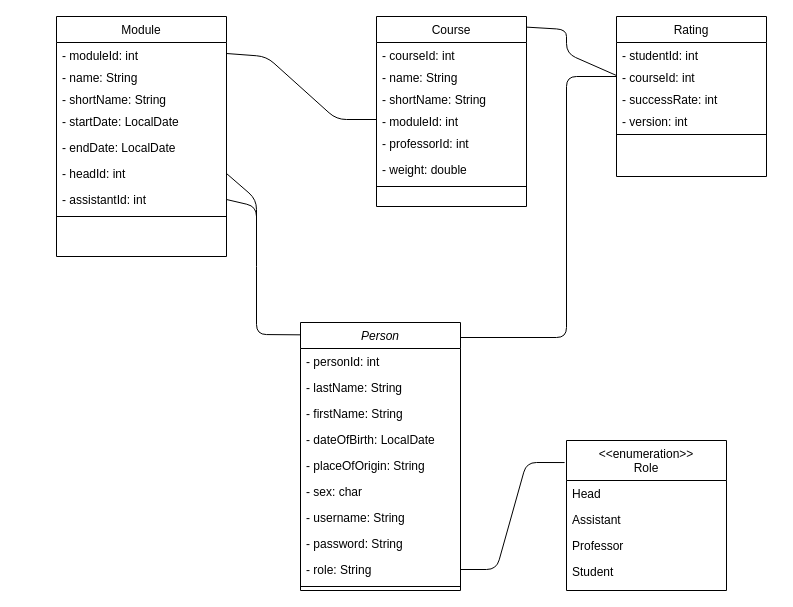
Above: page "Business" (1 of 3) of docs/Class.drawio in igorstojanovic91/bfh_equals (draw.io), before the change. Source tidied: cells renumbered, new cells numbered last; positions are measured from the earlier drawing's top-left corner, leaving out a move shared by most shapes. Both pictures are drawn from the tidied source at 100%, with x=0, y=0 at pixel (56, 16).
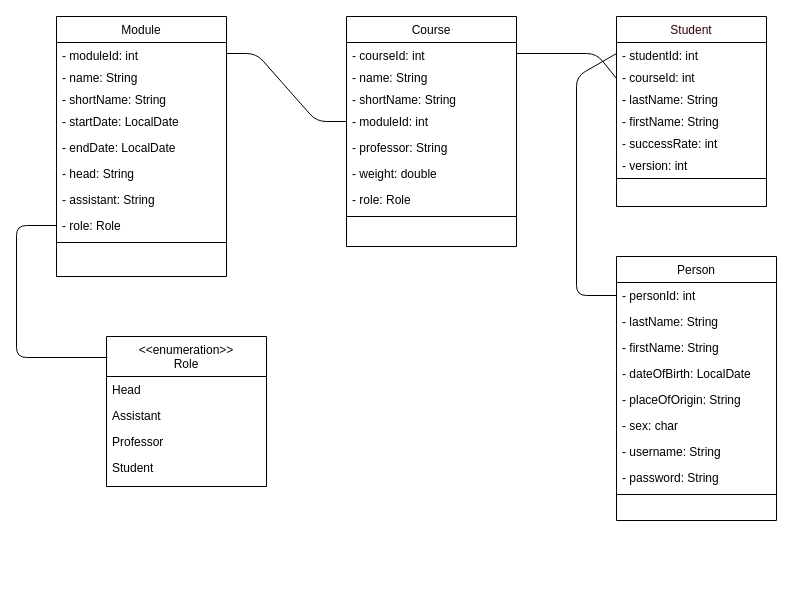
Above is the later version.

The change refers to these unchanged cells:
```xml
<mxCell id="3" value="- personId: int" style="text;align=left;verticalAlign=top;spacingLeft=4;spacingRight=4;overflow=hidden;points=[[0,0.5],[1,0.5]];portConstraint=eastwest;" parent="2" vertex="1">
  <mxGeometry y="26" width="160" height="26" as="geometry" />
</mxCell>
<mxCell id="14" value="- moduleId: int " style="text;align=left;verticalAlign=top;spacingLeft=4;spacingRight=4;overflow=hidden;points=[[0,0.5],[1,0.5]];portConstraint=eastwest;" parent="13" vertex="1">
  <mxGeometry y="26" width="170" height="22" as="geometry" />
</mxCell>
```

What changed in the source:
```diff
@@
-    <mxCell id="2" value="Person" style="swimlane;fontStyle=2;align=center;verticalAlign=top;horizontal=1;startSize=26;rounded=0;shadow=0;strokeWidth=1;" parent="1" vertex="1">
-      <mxGeometry x="244" y="306" width="160" height="268" as="geometry" />
+    <mxCell id="2" value="Person" style="swimlane;fontStyle=0;align=center;verticalAlign=top;horizontal=1;startSize=26;rounded=0;shadow=0;strokeWidth=1;" parent="1" vertex="1">
+      <mxGeometry x="560" y="240" width="160" height="264" as="geometry" />
     </mxCell>
@@
-    <mxCell id="11" value="- role: String" style="text;align=left;verticalAlign=top;spacingLeft=4;spacingRight=4;overflow=hidden;points=[[0,0.5],[1,0.5]];portConstraint=eastwest;rounded=0;shadow=0;html=0;" parent="2" vertex="1">
-      <mxGeometry y="234" width="160" height="26" as="geometry" />
-    </mxCell>
     <mxCell id="12" style="line;html=1;strokeWidth=1;align=left;verticalAlign=middle;spacingTop=-1;spacingLeft=3;spacingRight=3;labelPosition=right;" parent="2" vertex="1">
-      <mxGeometry y="260" width="160" height="8" as="geometry" />
+      <mxGeometry y="234" width="160" height="8" as="geometry" />
     </mxCell>
     <mxCell id="13" value="Module" style="swimlane;fontStyle=0;align=center;verticalAlign=top;horizontal=1;startSize=26;rounded=0;shadow=0;strokeWidth=1;" parent="1" vertex="1">
-      <mxGeometry width="170" height="240" as="geometry" />
+      <mxGeometry width="170" height="260" as="geometry" />
     </mxCell>
@@
-    <mxCell id="19" value="- headId: int" style="text;align=left;verticalAlign=top;spacingLeft=4;spacingRight=4;overflow=hidden;points=[[0,0.5],[1,0.5]];portConstraint=eastwest;rounded=0;shadow=0;html=0;" parent="13" vertex="1">
+    <mxCell id="19" value="- head: String" style="text;align=left;verticalAlign=top;spacingLeft=4;spacingRight=4;overflow=hidden;points=[[0,0.5],[1,0.5]];portConstraint=eastwest;rounded=0;shadow=0;html=0;" parent="13" vertex="1">
       <mxGeometry y="144" width="170" height="26" as="geometry" />
     </mxCell>
+    <mxCell id="47" value="- assistant: String" style="text;align=left;verticalAlign=top;spacingLeft=4;spacingRight=4;overflow=hidden;rounded=0;shadow=0;html=0;" parent="13" vertex="1">
+      <mxGeometry y="170" width="170" height="26" as="geometry" />
+    </mxCell>
-    <mxCell id="20" value="- assistantId: int" style="text;align=left;verticalAlign=top;spacingLeft=4;spacingRight=4;overflow=hidden;points=[[0,0.5],[1,0.5]];portConstraint=eastwest;rounded=0;shadow=0;html=0;" parent="13" vertex="1">
-      <mxGeometry y="170" width="170" height="26" as="geometry" />
+    <mxCell id="20" value="- role: Role" style="text;align=left;verticalAlign=top;spacingLeft=4;spacingRight=4;overflow=hidden;points=[[0,0.5],[1,0.5]];portConstraint=eastwest;rounded=0;shadow=0;html=0;" parent="13" vertex="1">
+      <mxGeometry y="196" width="170" height="26" as="geometry" />
     </mxCell>
     <mxCell id="21" style="line;html=1;strokeWidth=1;align=left;verticalAlign=middle;spacingTop=-1;spacingLeft=3;spacingRight=3;labelPosition=right;" parent="13" vertex="1">
-      <mxGeometry y="196" width="170" height="8" as="geometry" />
+      <mxGeometry y="222" width="170" height="8" as="geometry" />
     </mxCell>
+    <mxCell id="41" value="&lt;&lt;enumeration&gt;&gt;&#10;Role" style="swimlane;fontStyle=0;align=center;verticalAlign=top;horizontal=1;startSize=40;rounded=0;shadow=0;strokeWidth=1;" parent="1" vertex="1">
+      <mxGeometry x="50" y="320" width="160" height="150" as="geometry" />
+    </mxCell>
+    <mxCell id="42" value="Head" style="text;align=left;verticalAlign=top;spacingLeft=4;spacingRight=4;overflow=hidden;rounded=0;shadow=0;html=0;" parent="41" vertex="1">
+      <mxGeometry y="40" width="160" height="26" as="geometry" />
+    </mxCell>
+    <mxCell id="43" value="Assistant" style="text;align=left;verticalAlign=top;spacingLeft=4;spacingRight=4;overflow=hidden;rounded=0;shadow=0;html=0;" parent="41" vertex="1">
+      <mxGeometry y="66" width="160" height="26" as="geometry" />
+    </mxCell>
+    <mxCell id="44" value="Professor" style="text;align=left;verticalAlign=top;spacingLeft=4;spacingRight=4;overflow=hidden;rounded=0;shadow=0;html=0;" parent="41" vertex="1">
+      <mxGeometry y="92" width="160" height="26" as="geometry" />
+    </mxCell>
+    <mxCell id="45" value="Student" style="text;align=left;verticalAlign=top;spacingLeft=4;spacingRight=4;overflow=hidden;rounded=0;shadow=0;html=0;" parent="41" vertex="1">
+      <mxGeometry y="118" width="160" height="26" as="geometry" />
+    </mxCell>
     <mxCell id="22" value="Course" style="swimlane;fontStyle=0;align=center;verticalAlign=top;horizontal=1;startSize=26;rounded=0;shadow=0;strokeWidth=1;" parent="1" vertex="1">
-      <mxGeometry x="320" width="150" height="190" as="geometry" />
+      <mxGeometry x="290" width="170" height="230" as="geometry" />
     </mxCell>
     <mxCell id="23" value="- courseId: int " style="text;align=left;verticalAlign=top;spacingLeft=4;spacingRight=4;overflow=hidden;points=[[0,0.5],[1,0.5]];portConstraint=eastwest;" parent="22" vertex="1">
-      <mxGeometry y="26" width="150" height="22" as="geometry" />
+      <mxGeometry y="26" width="170" height="22" as="geometry" />
     </mxCell>
     <mxCell id="24" value="- name: String" style="text;align=left;verticalAlign=top;spacingLeft=4;spacingRight=4;overflow=hidden;" parent="22" vertex="1">
-      <mxGeometry y="48" width="150" height="22" as="geometry" />
+      <mxGeometry y="48" width="170" height="22" as="geometry" />
     </mxCell>
     <mxCell id="25" value="- shortName: String" style="text;align=left;verticalAlign=top;spacingLeft=4;spacingRight=4;overflow=hidden;" parent="22" vertex="1">
-      <mxGeometry y="70" width="150" height="22" as="geometry" />
+      <mxGeometry y="70" width="170" height="22" as="geometry" />
     </mxCell>
-    <mxCell id="26" value="- moduleId: int" style="text;align=left;verticalAlign=top;spacingLeft=4;spacingRight=4;overflow=hidden;points=[[0,0.5],[1,0.5]];portConstraint=eastwest;" parent="22" vertex="1">
-      <mxGeometry y="92" width="150" height="22" as="geometry" />
+    <mxCell id="26" value="- moduleId: int" style="text;align=left;verticalAlign=top;spacingLeft=4;spacingRight=4;overflow=hidden;points=[[0,0.5],[1,0.5]];portConstraint=eastwest;rounded=0;shadow=0;html=0;" parent="22" vertex="1">
+      <mxGeometry y="92" width="170" height="26" as="geometry" />
     </mxCell>
-    <mxCell id="27" value="- professorId: int" style="text;align=left;verticalAlign=top;spacingLeft=4;spacingRight=4;overflow=hidden;rounded=0;shadow=0;html=0;" parent="22" vertex="1">
-      <mxGeometry y="114" width="150" height="26" as="geometry" />
-    </mxCell>
+    <mxCell id="48" value="- professor: String" style="text;align=left;verticalAlign=top;spacingLeft=4;spacingRight=4;overflow=hidden;rounded=0;shadow=0;html=0;" parent="22" vertex="1">
+      <mxGeometry y="118" width="170" height="26" as="geometry" />
+    </mxCell>
     <mxCell id="28" value="- weight: double" style="text;align=left;verticalAlign=top;spacingLeft=4;spacingRight=4;overflow=hidden;rounded=0;shadow=0;html=0;" parent="22" vertex="1">
-      <mxGeometry y="140" width="150" height="26" as="geometry" />
+      <mxGeometry y="144" width="170" height="26" as="geometry" />
     </mxCell>
-    <mxCell id="29" style="line;html=1;strokeWidth=1;align=left;verticalAlign=middle;spacingTop=-1;spacingLeft=3;spacingRight=3;labelPosition=right;" parent="22" vertex="1">
-      <mxGeometry y="166" width="150" height="8" as="geometry" />
-    </mxCell>
-    <mxCell id="30" style="endArrow=none;html=1;exitX=1;exitY=0.5;exitDx=0;exitDy=0;entryX=0;entryY=0.5;entryDx=0;entryDy=0;endFill=0;" parent="1" edge="1" source="14" target="26">
-      <mxGeometry relative="1" as="geometry">
-        <Array as="points">
-          <mxPoint x="210" y="40" />
-          <mxPoint x="280" y="103" />
-        </Array>
-      </mxGeometry>
-    </mxCell>
-    <mxCell id="31" style="endArrow=none;html=1;entryX=0;entryY=0.046;entryDx=0;entryDy=0;entryPerimeter=0;exitX=1;exitY=0.5;exitDx=0;exitDy=0;" parent="1" edge="1" source="20" target="2">
-      <mxGeometry relative="1" as="geometry">
-        <Array as="points">
-          <mxPoint x="200" y="190" />
-          <mxPoint x="200" y="240" />
-          <mxPoint x="200" y="318" />
-        </Array>
-      </mxGeometry>
-    </mxCell>
-    <mxCell id="32" style="endArrow=none;html=1;exitX=1;exitY=0.5;exitDx=0;exitDy=0;" parent="1" edge="1" source="19">
-      <mxGeometry relative="1" as="geometry">
-        <mxPoint x="200" y="240" as="targetPoint" />
-        <Array as="points">
-          <mxPoint x="200" y="183" />
-        </Array>
-      </mxGeometry>
-    </mxCell>
-    <mxCell id="33" value="Rating" style="swimlane;fontStyle=0;align=center;verticalAlign=top;horizontal=1;startSize=26;rounded=0;shadow=0;strokeWidth=1;" parent="1" vertex="1">
-      <mxGeometry x="560" width="150" height="160" as="geometry" />
-    </mxCell>
+    <mxCell id="49" value="- role: Role" style="text;align=left;verticalAlign=top;spacingLeft=4;spacingRight=4;overflow=hidden;rounded=0;shadow=0;html=0;" parent="22" vertex="1">
+      <mxGeometry y="170" width="170" height="26" as="geometry" />
+    </mxCell>
+    <mxCell id="50" style="line;html=1;strokeWidth=1;align=left;verticalAlign=middle;spacingTop=-1;spacingLeft=3;spacingRight=3;labelPosition=right;" parent="22" vertex="1">
+      <mxGeometry y="196" width="170" height="8" as="geometry" />
+    </mxCell>
+    <mxCell id="51" style="endArrow=none;html=1;fontSize=12;exitX=1;exitY=0.5;exitDx=0;exitDy=0;entryX=0;entryY=0.636;entryDx=0;entryDy=0;entryPerimeter=0;" parent="1" edge="1" source="23" target="35">
+      <mxGeometry relative="1" as="geometry">
+        <Array as="points">
+          <mxPoint x="540" y="37" />
+        </Array>
+      </mxGeometry>
+    </mxCell>
+    <mxCell id="52" style="endArrow=none;html=1;fontSize=12;entryX=0.006;entryY=0.14;entryDx=0;entryDy=0;entryPerimeter=0;exitX=0;exitY=0.5;exitDx=0;exitDy=0;" parent="1" edge="1" source="20" target="41">
+      <mxGeometry relative="1" as="geometry">
+        <Array as="points">
+          <mxPoint x="-40" y="209" />
+          <mxPoint x="-40" y="341" />
+        </Array>
+      </mxGeometry>
+    </mxCell>
+    <mxCell id="53" style="endArrow=none;html=1;fontSize=12;entryX=0;entryY=0.5;entryDx=0;entryDy=0;exitX=0;exitY=0.5;exitDx=0;exitDy=0;" parent="1" edge="1" source="34" target="3">
+      <mxGeometry relative="1" as="geometry">
+        <Array as="points">
+          <mxPoint x="520" y="60" />
+          <mxPoint x="520" y="279" />
+        </Array>
+      </mxGeometry>
+    </mxCell>
+    <mxCell id="54" value="Student" style="swimlane;fontStyle=0;align=center;verticalAlign=top;horizontal=1;startSize=26;rounded=0;shadow=0;strokeWidth=1;fontColor=#330000;" parent="1" vertex="1">
+      <mxGeometry x="560" width="150" height="190" as="geometry" />
+    </mxCell>
-    <mxCell id="34" value="- studentId: int" style="text;align=left;verticalAlign=top;spacingLeft=4;spacingRight=4;overflow=hidden;points=[[0,0.5],[1,0.5]];portConstraint=eastwest;" parent="33" vertex="1">
+    <mxCell id="34" value="- studentId: int" style="text;align=left;verticalAlign=top;spacingLeft=4;spacingRight=4;overflow=hidden;points=[[0,0.5],[1,0.5]];portConstraint=eastwest;" parent="54" vertex="1">
       <mxGeometry y="26" width="150" height="22" as="geometry" />
     </mxCell>
-    <mxCell id="35" value="- courseId: int" style="text;align=left;verticalAlign=top;spacingLeft=4;spacingRight=4;overflow=hidden;points=[[0,0.5],[1,0.5]];portConstraint=eastwest;" parent="33" vertex="1">
+    <mxCell id="35" value="- courseId: int" style="text;align=left;verticalAlign=top;spacingLeft=4;spacingRight=4;overflow=hidden;points=[[0,0.5],[1,0.5]];portConstraint=eastwest;" parent="54" vertex="1">
       <mxGeometry y="48" width="150" height="22" as="geometry" />
     </mxCell>
+    <mxCell id="55" value="- lastName: String" style="text;align=left;verticalAlign=top;spacingLeft=4;spacingRight=4;overflow=hidden;" parent="54" vertex="1">
+      <mxGeometry y="70" width="150" height="22" as="geometry" />
+    </mxCell>
+    <mxCell id="56" value="- firstName: String" style="text;align=left;verticalAlign=top;spacingLeft=4;spacingRight=4;overflow=hidden;" parent="54" vertex="1">
+      <mxGeometry y="92" width="150" height="22" as="geometry" />
+    </mxCell>
-    <mxCell id="36" value="- successRate: int" style="text;align=left;verticalAlign=top;spacingLeft=4;spacingRight=4;overflow=hidden;" parent="33" vertex="1">
-      <mxGeometry y="70" width="150" height="22" as="geometry" />
+    <mxCell id="36" value="- successRate: int" style="text;align=left;verticalAlign=top;spacingLeft=4;spacingRight=4;overflow=hidden;" parent="54" vertex="1">
+      <mxGeometry y="114" width="150" height="22" as="geometry" />
     </mxCell>
-    <mxCell id="37" value="- version: int" style="text;align=left;verticalAlign=top;spacingLeft=4;spacingRight=4;overflow=hidden;" parent="33" vertex="1">
-      <mxGeometry y="92" width="150" height="22" as="geometry" />
+    <mxCell id="37" value="- version: int" style="text;align=left;verticalAlign=top;spacingLeft=4;spacingRight=4;overflow=hidden;" parent="54" vertex="1">
+      <mxGeometry y="136" width="150" height="22" as="geometry" />
     </mxCell>
-    <mxCell id="38" style="line;html=1;strokeWidth=1;align=left;verticalAlign=middle;spacingTop=-1;spacingLeft=3;spacingRight=3;labelPosition=right;" parent="33" vertex="1">
-      <mxGeometry y="114" width="150" height="8" as="geometry" />
-    </mxCell>
-    <mxCell id="39" style="endArrow=none;html=1;entryX=1.001;entryY=0.056;entryDx=0;entryDy=0;entryPerimeter=0;exitX=0;exitY=0.5;exitDx=0;exitDy=0;" parent="1" edge="1" source="35" target="22">
-      <mxGeometry relative="1" as="geometry">
-        <Array as="points">
-          <mxPoint x="510" y="37" />
-          <mxPoint x="510" y="13" />
-        </Array>
-      </mxGeometry>
-    </mxCell>
-    <mxCell id="40" style="endArrow=none;html=1;exitX=1.002;exitY=0.056;exitDx=0;exitDy=0;exitPerimeter=0;" parent="1" edge="1" source="2">
-      <mxGeometry relative="1" as="geometry">
-        <mxPoint x="560" y="60" as="targetPoint" />
-        <Array as="points">
-          <mxPoint x="510" y="321" />
-          <mxPoint x="510" y="60" />
-        </Array>
-      </mxGeometry>
-    </mxCell>
-    <mxCell id="41" value="&lt;&lt;enumeration&gt;&gt;&#10;Role" style="swimlane;fontStyle=0;align=center;verticalAlign=top;horizontal=1;startSize=40;rounded=0;shadow=0;strokeWidth=1;" parent="1" vertex="1">
-      <mxGeometry x="510" y="424" width="160" height="150" as="geometry" />
-    </mxCell>
-    <mxCell id="42" value="Head" style="text;align=left;verticalAlign=top;spacingLeft=4;spacingRight=4;overflow=hidden;rounded=0;shadow=0;html=0;" parent="41" vertex="1">
-      <mxGeometry y="40" width="160" height="26" as="geometry" />
-    </mxCell>
-    <mxCell id="43" value="Assistant" style="text;align=left;verticalAlign=top;spacingLeft=4;spacingRight=4;overflow=hidden;rounded=0;shadow=0;html=0;" parent="41" vertex="1">
-      <mxGeometry y="66" width="160" height="26" as="geometry" />
-    </mxCell>
-    <mxCell id="44" value="Professor" style="text;align=left;verticalAlign=top;spacingLeft=4;spacingRight=4;overflow=hidden;rounded=0;shadow=0;html=0;" parent="41" vertex="1">
-      <mxGeometry y="92" width="160" height="26" as="geometry" />
-    </mxCell>
-    <mxCell id="45" value="Student" style="text;align=left;verticalAlign=top;spacingLeft=4;spacingRight=4;overflow=hidden;rounded=0;shadow=0;html=0;" parent="41" vertex="1">
-      <mxGeometry y="118" width="160" height="26" as="geometry" />
-    </mxCell>
-    <mxCell id="46" style="endArrow=none;html=1;entryX=-0.012;entryY=0.147;entryDx=0;entryDy=0;entryPerimeter=0;exitX=1;exitY=0.5;exitDx=0;exitDy=0;" parent="1" edge="1" source="11" target="41">
-      <mxGeometry relative="1" as="geometry">
-        <Array as="points">
-          <mxPoint x="440" y="553" />
-          <mxPoint x="470" y="446" />
-        </Array>
-      </mxGeometry>
-    </mxCell>
+    <mxCell id="57" style="line;html=1;strokeWidth=1;align=left;verticalAlign=middle;spacingTop=-1;spacingLeft=3;spacingRight=3;labelPosition=right;" parent="54" vertex="1">
+      <mxGeometry y="158" width="150" height="8" as="geometry" />
+    </mxCell>
+    <mxCell id="30" style="endArrow=none;html=1;fontColor=#330000;entryX=0;entryY=0.5;entryDx=0;entryDy=0;exitX=1;exitY=0.5;exitDx=0;exitDy=0;" parent="1" edge="1" source="14" target="26">
+      <mxGeometry relative="1" as="geometry">
+        <Array as="points">
+          <mxPoint x="200" y="37" />
+          <mxPoint x="260" y="105" />
+        </Array>
+      </mxGeometry>
+    </mxCell>
```
